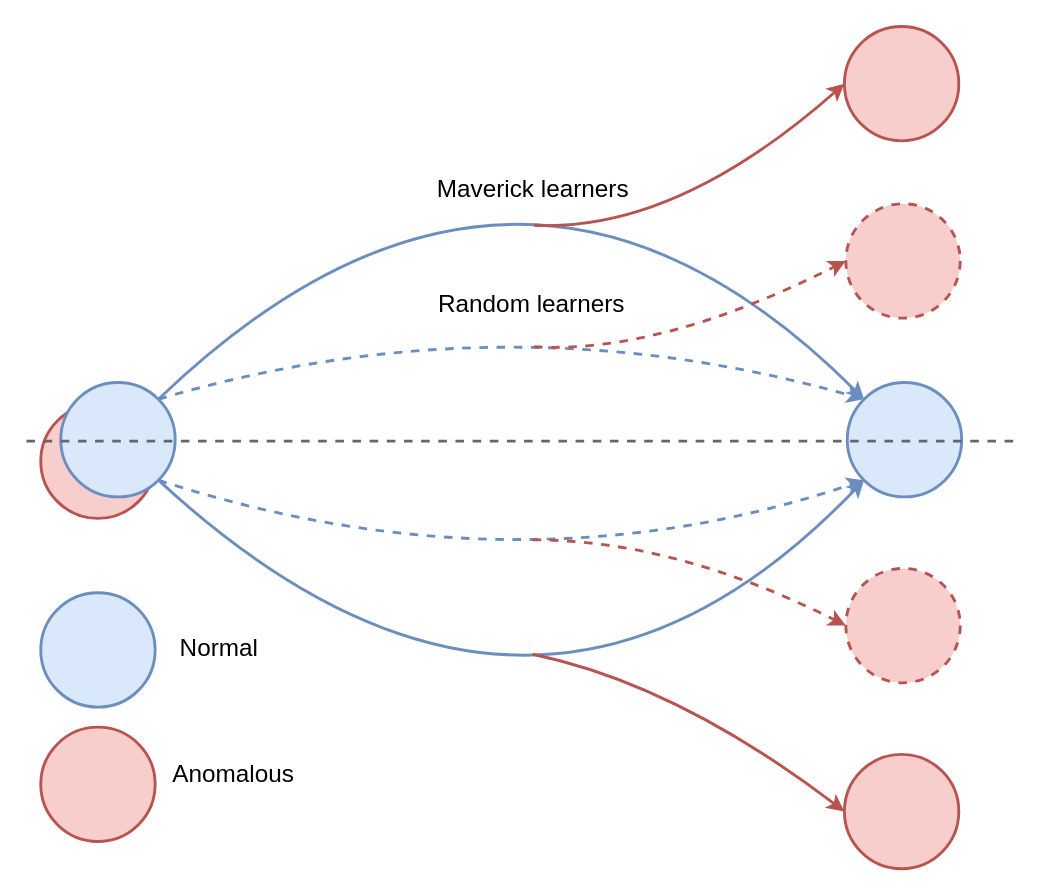
Before: 未命名绘图.drawio in Rubiscol/ECtest, a draw.io diagram. Source tidied: cells renumbered, new cells numbered last; positions are measured from the earlier drawing's top-left corner, leaving out a move shared by most shapes. Both pictures are drawn from the tidied source at 143%, with x=0, y=0 at pixel (26, 26).
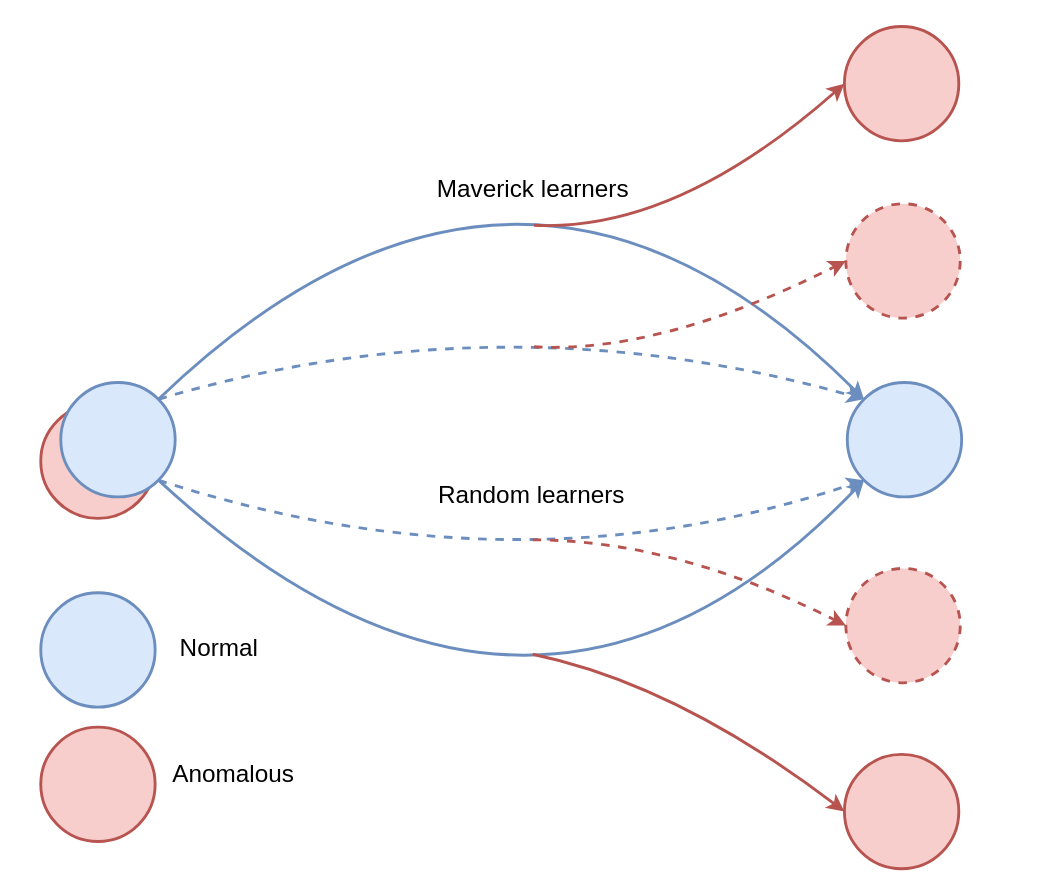
After the change.

Commit message:
Update 未命名绘图.drawio

Unchanged cells that the change refers to:
```xml
<mxCell id="3" style="ellipse;whiteSpace=wrap;html=1;fillColor=#dae8fc;strokeColor=#6c8ebf;strokeWidth=2;" parent="1" vertex="1">
  <mxGeometry x="24" y="249" width="80" height="80" as="geometry" />
</mxCell>
<mxCell id="4" style="ellipse;whiteSpace=wrap;html=1;fillColor=#dae8fc;strokeColor=#6c8ebf;strokeWidth=2;" parent="1" vertex="1">
  <mxGeometry x="574" y="249" width="80" height="80" as="geometry" />
</mxCell>
```

Change to the diagram source:
```diff
@@
-    <mxCell id="14" style="curved=1;endArrow=classic;html=1;rounded=0;entryX=0;entryY=1;entryDx=0;entryDy=0;exitX=1;exitY=1;exitDx=0;exitDy=0;strokeWidth=2;fillColor=#dae8fc;strokeColor=#6c8ebf;" parent="1" edge="1" source="3" target="4">
+    <mxCell id="14" style="curved=1;endArrow=classic;html=1;rounded=0;entryX=0;entryY=1;entryDx=0;entryDy=0;exitX=1;exitY=1;exitDx=0;exitDy=0;strokeWidth=2;fillColor=#dae8fc;strokeColor=#6c8ebf;sourcePerimeterSpacing=-1;" parent="1" edge="1" source="3" target="4">
       <mxGeometry relative="1" as="geometry">
         <Array as="points">
           <mxPoint x="354" y="559" />
         </Array>
       </mxGeometry>
     </mxCell>
@@
-    <mxCell id="17" style="endArrow=none;dashed=1;html=1;rounded=0;strokeWidth=2;fillColor=#f5f5f5;strokeColor=#666666;" parent="1" edge="1">
-      <mxGeometry relative="1" as="geometry">
-        <mxPoint y="290" as="sourcePoint" />
-        <mxPoint x="690" y="290" as="targetPoint" />
-      </mxGeometry>
-    </mxCell>
     <mxCell id="18" value="&lt;font face=&quot;Arial&quot; style=&quot;font-size: 17px;&quot;&gt;Random learners&lt;/font&gt;" style="text;html=1;strokeColor=none;fillColor=none;align=center;verticalAlign=middle;whiteSpace=wrap;rounded=0;fontSize=17;" parent="1" vertex="1">
-      <mxGeometry x="278" y="180" width="151" height="30" as="geometry" />
+      <mxGeometry x="278" y="314" width="151" height="30" as="geometry" />
     </mxCell>
```
